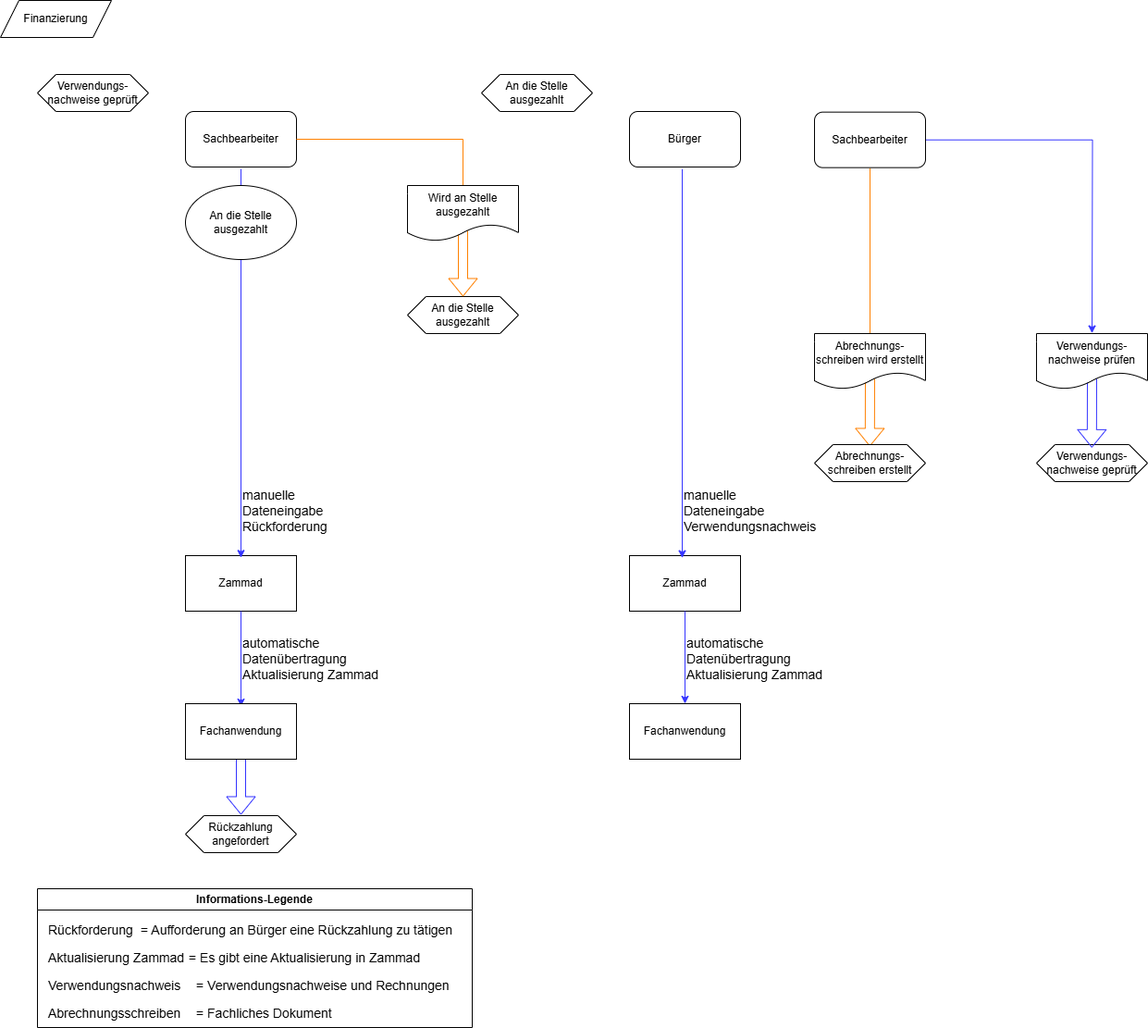
The draw.io diagram docs/src/about/dataflow-diagram/Finanzierung-state.png in it-at-m/stadtbezirksbudget, before a commit. Source tidied: cells renumbered, new cells last; positions are measured from the earlier drawing's top-left corner, leaving out a move shared by most shapes.
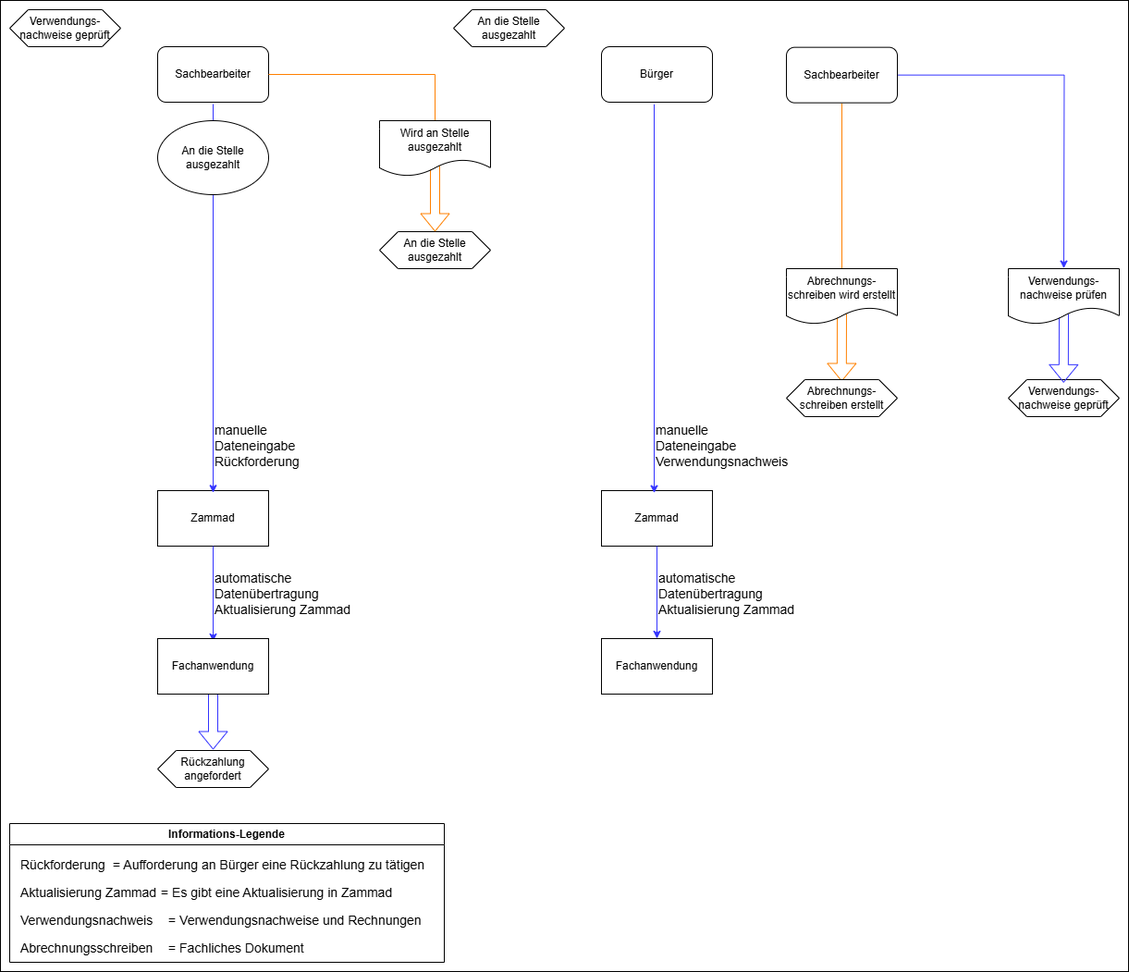
Later version of the same file.

The edit, as a diff of the source:
```diff
@@ -5,9 +5,6 @@
     <mxCell id="2" value="Verwendungs-&lt;div&gt;nachweise geprüft&lt;/div&gt;" style="shape=hexagon;perimeter=hexagonPerimeter2;whiteSpace=wrap;html=1;fixedSize=1;" parent="1" vertex="1">
       <mxGeometry x="40" y="80" width="120" height="40" as="geometry" />
     </mxCell>
-    <mxCell id="3" value="Finanzierung" style="shape=parallelogram;perimeter=parallelogramPerimeter;whiteSpace=wrap;html=1;fixedSize=1;" parent="1" vertex="1">
-      <mxGeometry width="120" height="40" as="geometry" />
-    </mxCell>
     <mxCell id="4" value="Sachbearbeiter" style="rounded=1;whiteSpace=wrap;html=1;" parent="1" vertex="1">
       <mxGeometry x="200" y="120" width="120" height="60" as="geometry" />
     </mxCell>
@@ -160,5 +157,8 @@
     <mxCell id="44" value="Verwendungs-&lt;div&gt;nachweise prüfen&lt;/div&gt;" style="shape=document;whiteSpace=wrap;html=1;boundedLbl=1;" parent="1" vertex="1">
       <mxGeometry x="1120" y="360" width="120" height="60" as="geometry" />
     </mxCell>
+    <mxCell id="45" style="rounded=0;whiteSpace=wrap;html=1;fillColor=none;" parent="1" vertex="1">
+      <mxGeometry x="30" y="70" width="1220" height="1050" as="geometry" />
+    </mxCell>
   </root>
 </mxGraphModel>
```
